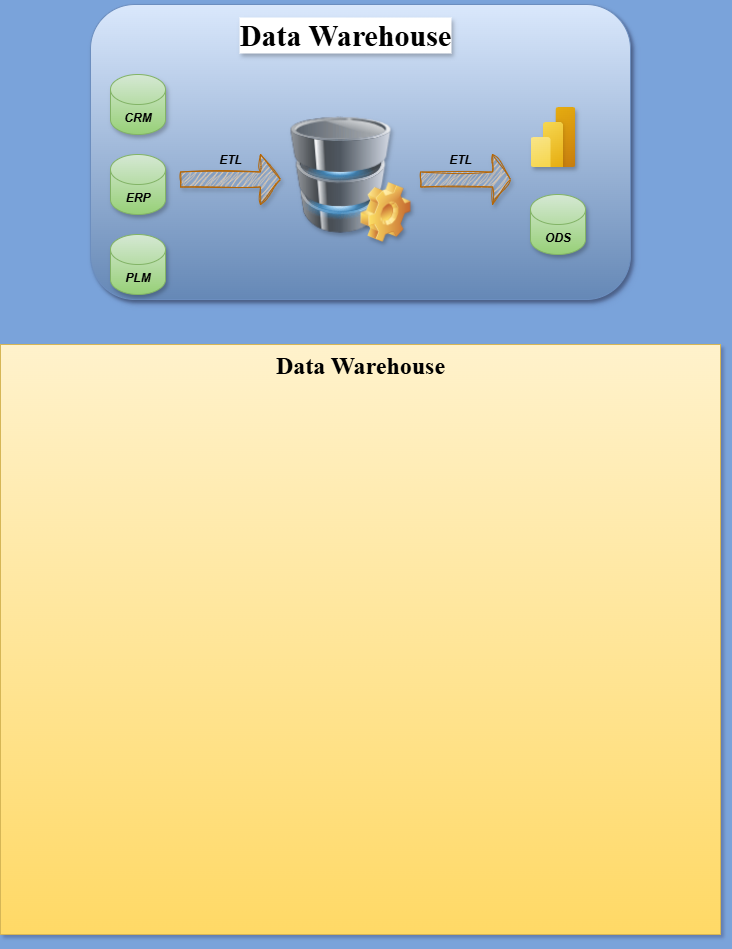
Before: Data_Warehouse.drawio.png, a diagram exported from draw.io (adityaanand355/ad-data-docs). Source tidied: cells renumbered, new cells last; positions are measured from the earlier drawing's top-left corner, leaving out a move shared by most shapes.
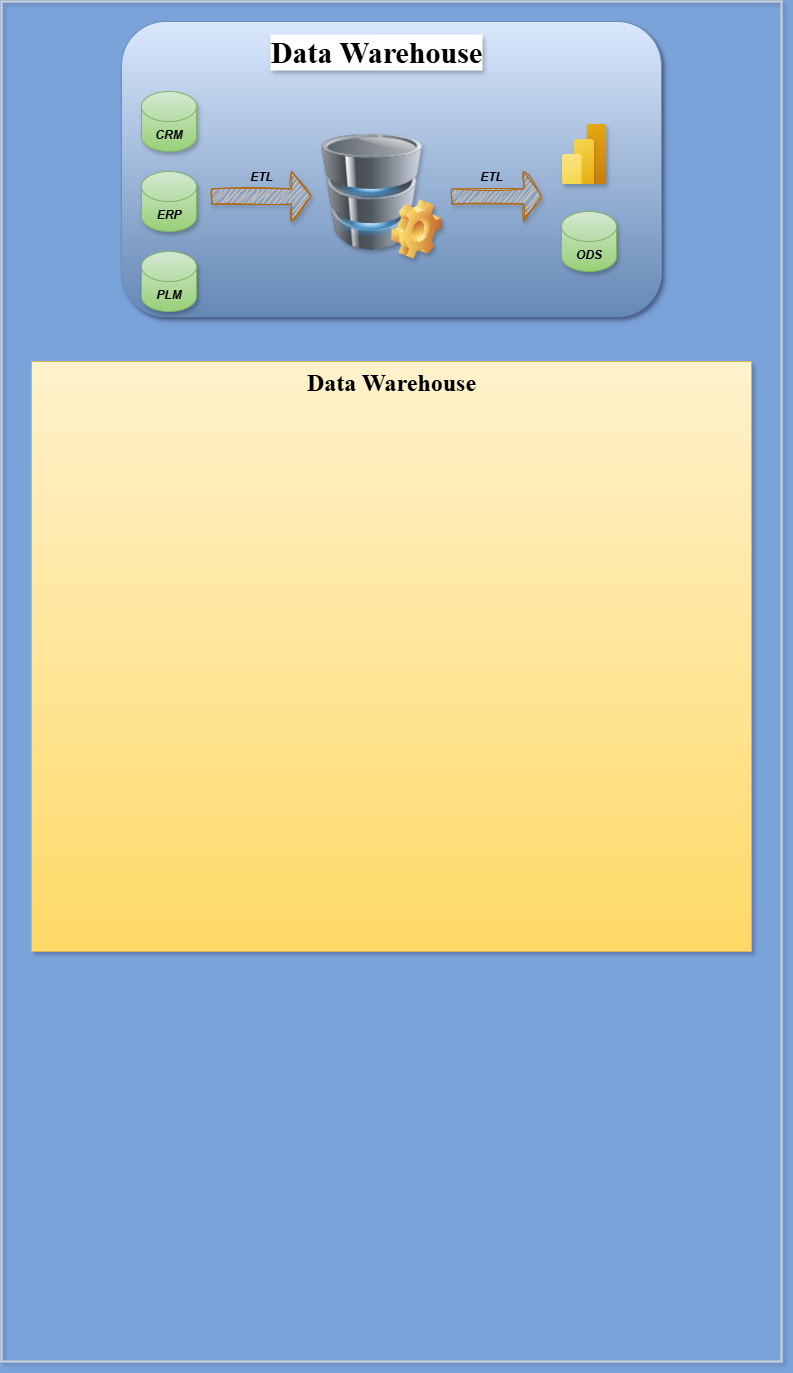
The same file after the commit.

Change to the diagram source:
```diff
@@ -44,5 +44,8 @@
     <mxCell id="15" value="&lt;h1 style=&quot;margin-top: 0px;&quot;&gt;&lt;font face=&quot;Times New Roman&quot;&gt;Data Warehouse&lt;/font&gt;&lt;/h1&gt;&lt;div&gt;&lt;br&gt;&lt;/div&gt;" style="text;html=1;whiteSpace=wrap;overflow=hidden;rounded=0;align=center;fillColor=#fff2cc;strokeColor=#d6b656;gradientColor=#ffd966;" parent="1" vertex="1">
       <mxGeometry y="340" width="720" height="590" as="geometry" />
     </mxCell>
+    <mxCell id="16" style="rounded=0;whiteSpace=wrap;html=1;fillColor=none;strokeColor=#d3d3d3;strokeWidth=2;" parent="1" vertex="1">
+      <mxGeometry x="-30" y="-20" width="780" height="1360" as="geometry" />
+    </mxCell>
   </root>
 </mxGraphModel>
```
